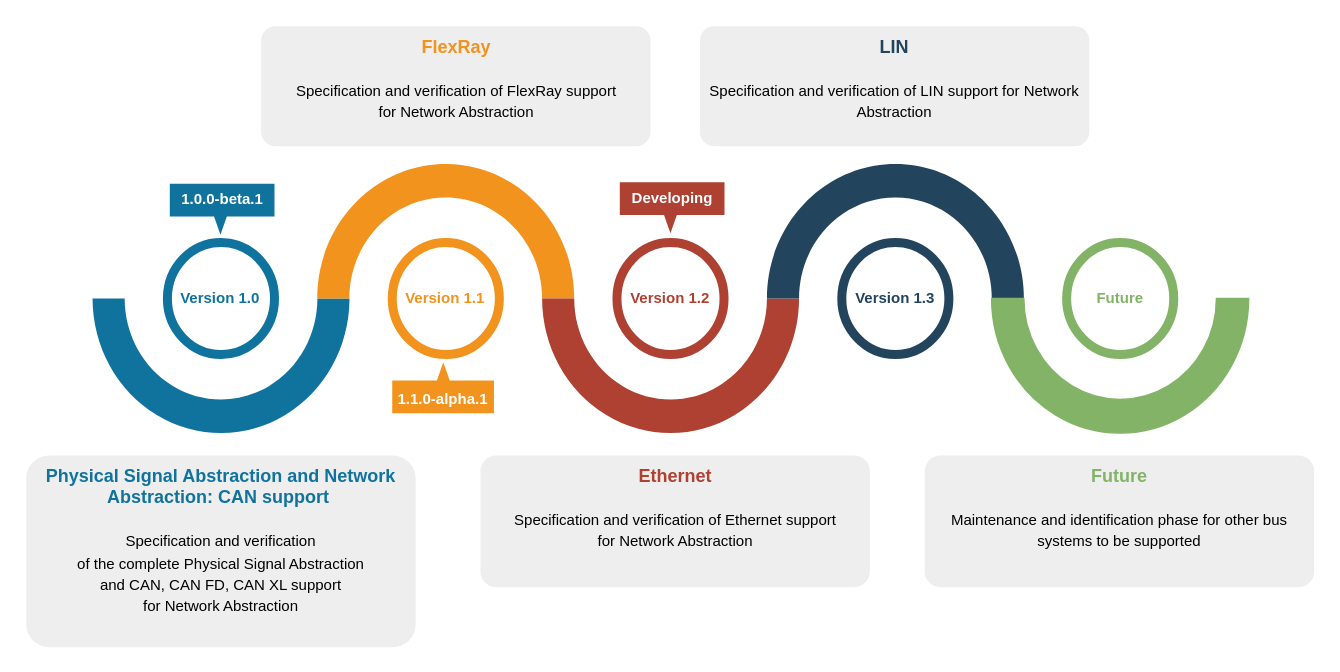
Before: roadmap_overview.drawio in modelica/fmi-ls-bus, a draw.io diagram. Source tidied: cells renumbered, new cells numbered last; positions are measured from the earlier drawing's top-left corner, leaving out a move shared by most shapes. Both pictures are drawn from the tidied source at 150%, with x=0, y=0 at pixel (26, 26).
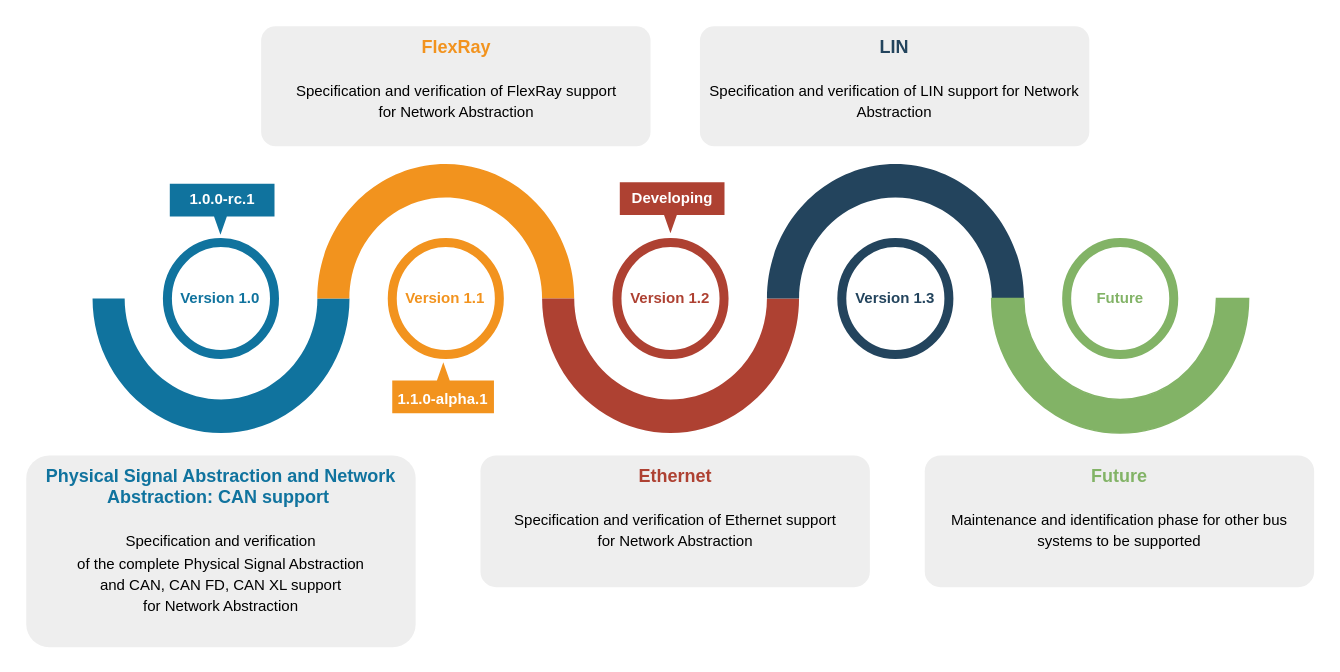
Above is the later version.

What changed in the source:
```diff
@@
-    <mxCell id="17" value="&lt;b style=&quot;font-size: 10px;&quot;&gt;1.0.0-beta.1&lt;/b&gt;" style="html=1;whiteSpace=wrap;shape=mxgraph.infographic.barCallout;dx=33.76;dy=12.19;fillColor=#10739E;strokeColor=none;align=center;verticalAlign=top;fontColor=#ffffff;fontSize=14;fontStyle=1;shadow=0;spacingTop=-6;horizontal=1;spacingBottom=-8;" parent="1" vertex="1">
+    <mxCell id="17" value="&lt;b style=&quot;font-size: 10px;&quot;&gt;1.0.0-rc.1&lt;/b&gt;" style="html=1;whiteSpace=wrap;shape=mxgraph.infographic.barCallout;dx=33.76;dy=12.19;fillColor=#10739E;strokeColor=none;align=center;verticalAlign=top;fontColor=#ffffff;fontSize=14;fontStyle=1;shadow=0;spacingTop=-6;horizontal=1;spacingBottom=-8;" parent="1" vertex="1">
       <mxGeometry x="95.7" y="105" width="69.8" height="34" as="geometry" />
     </mxCell>
```
